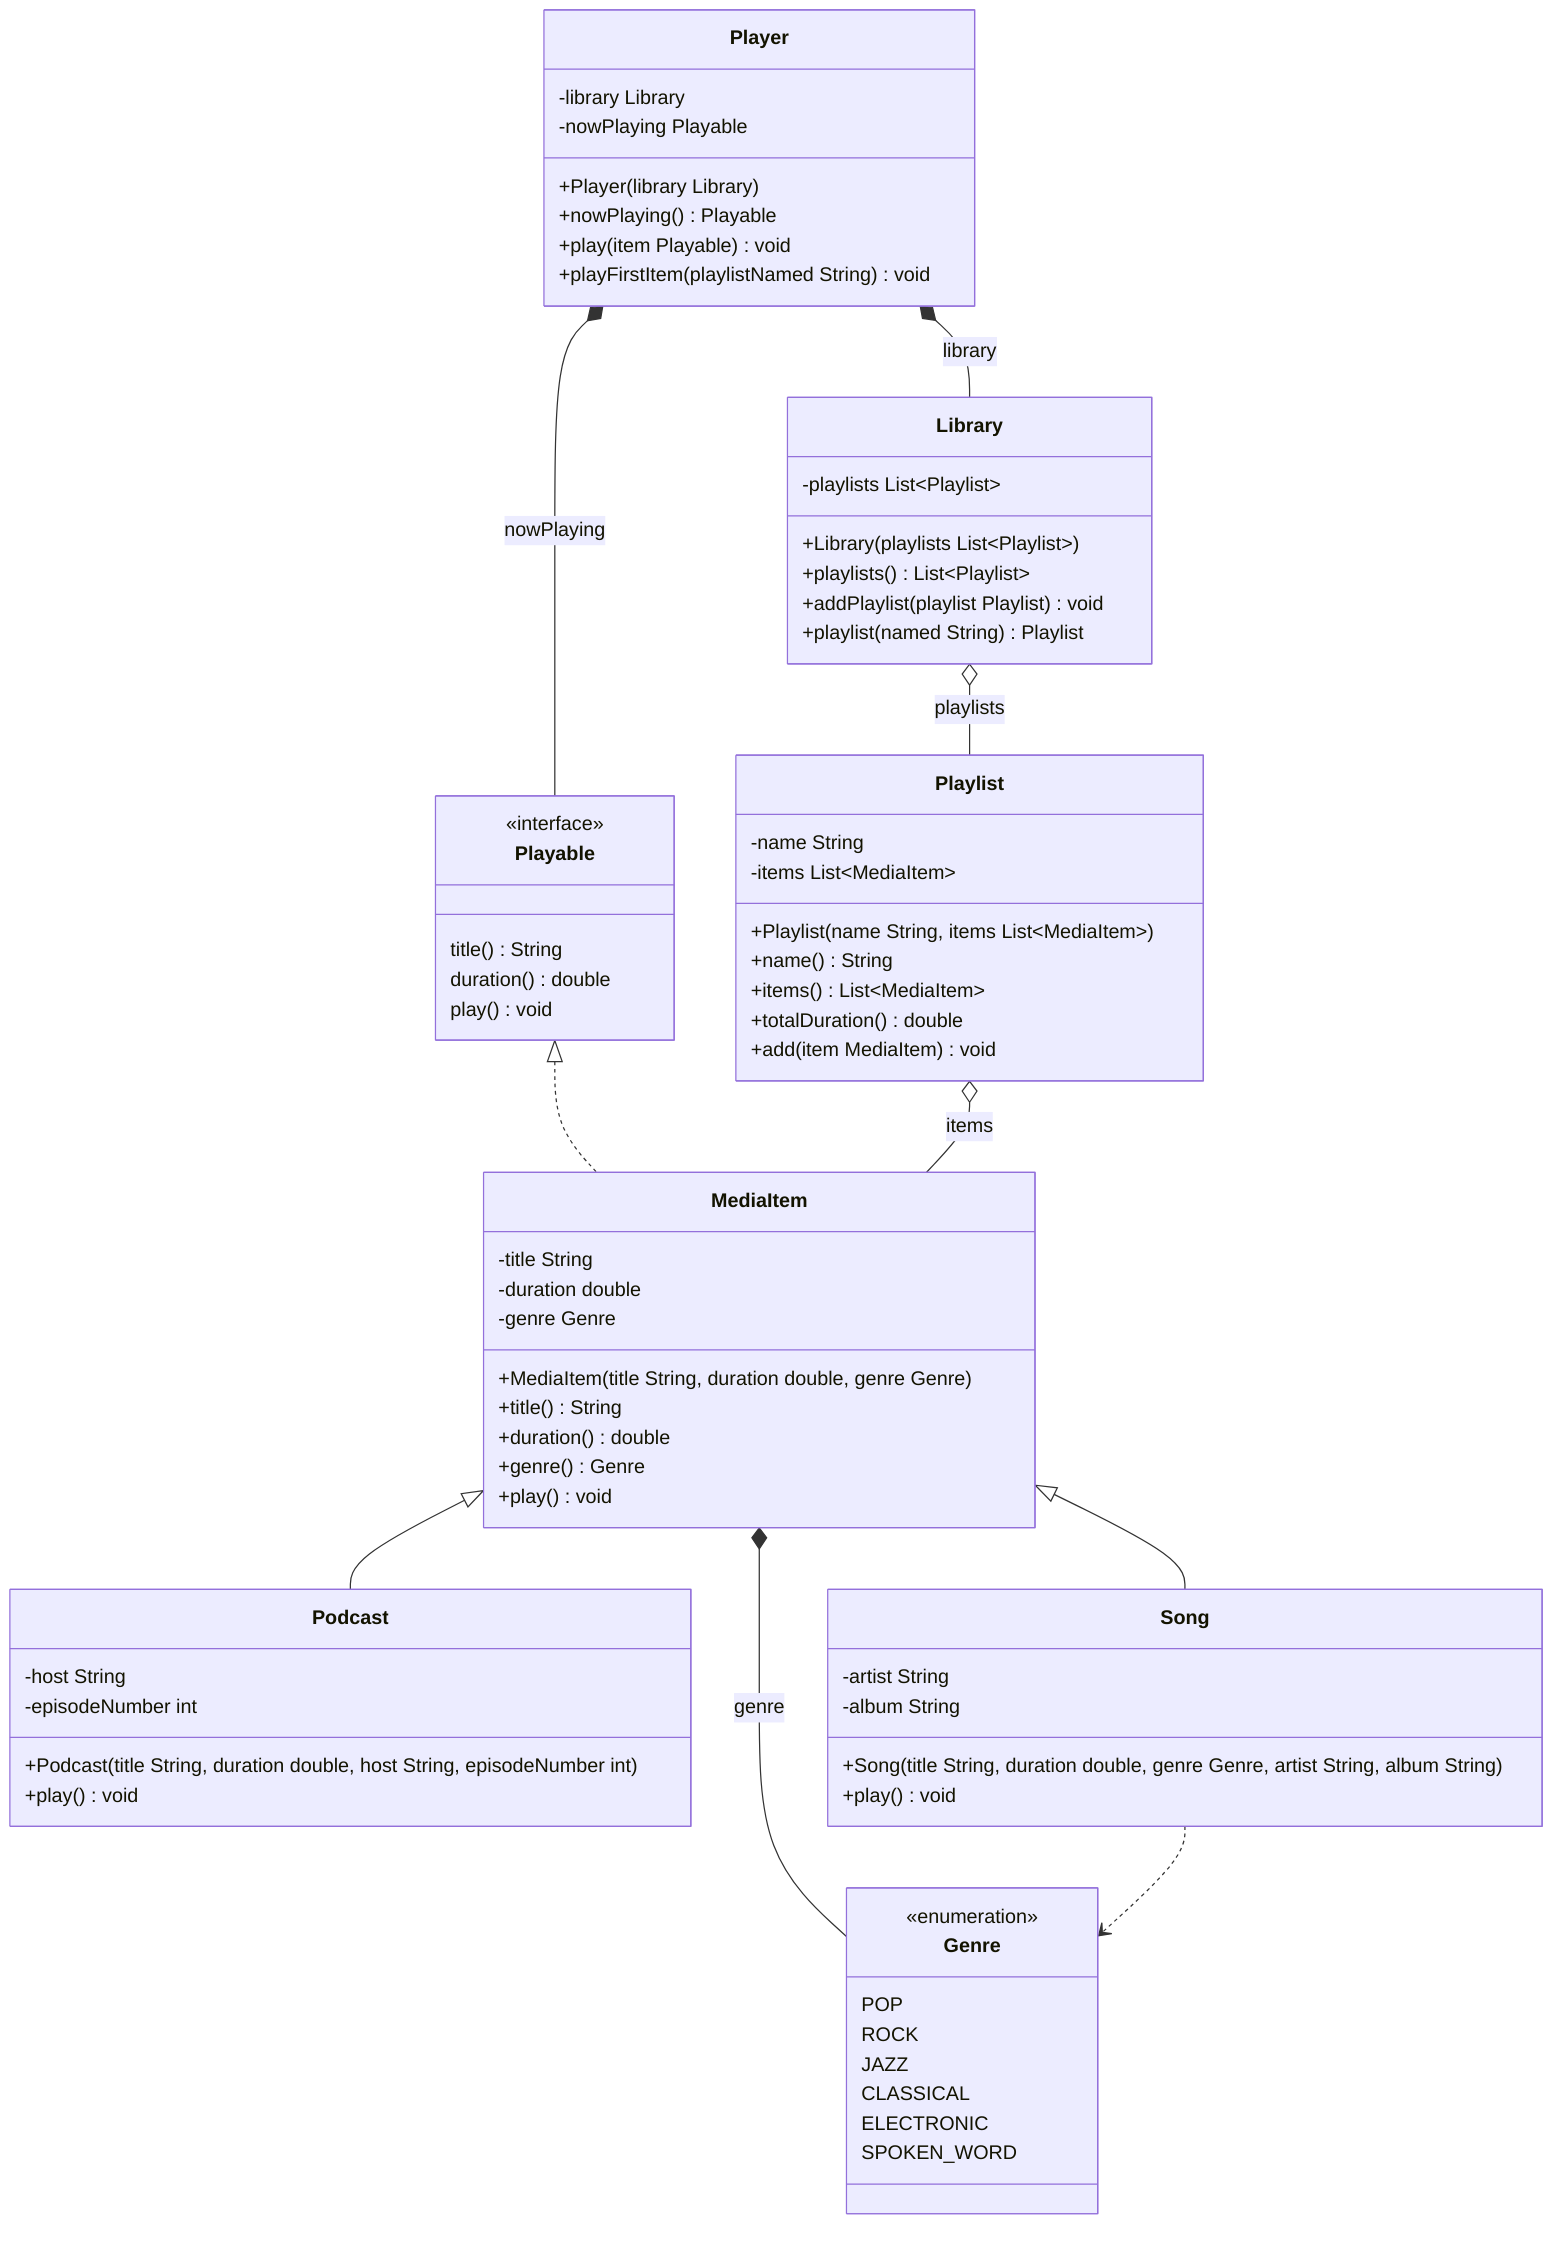
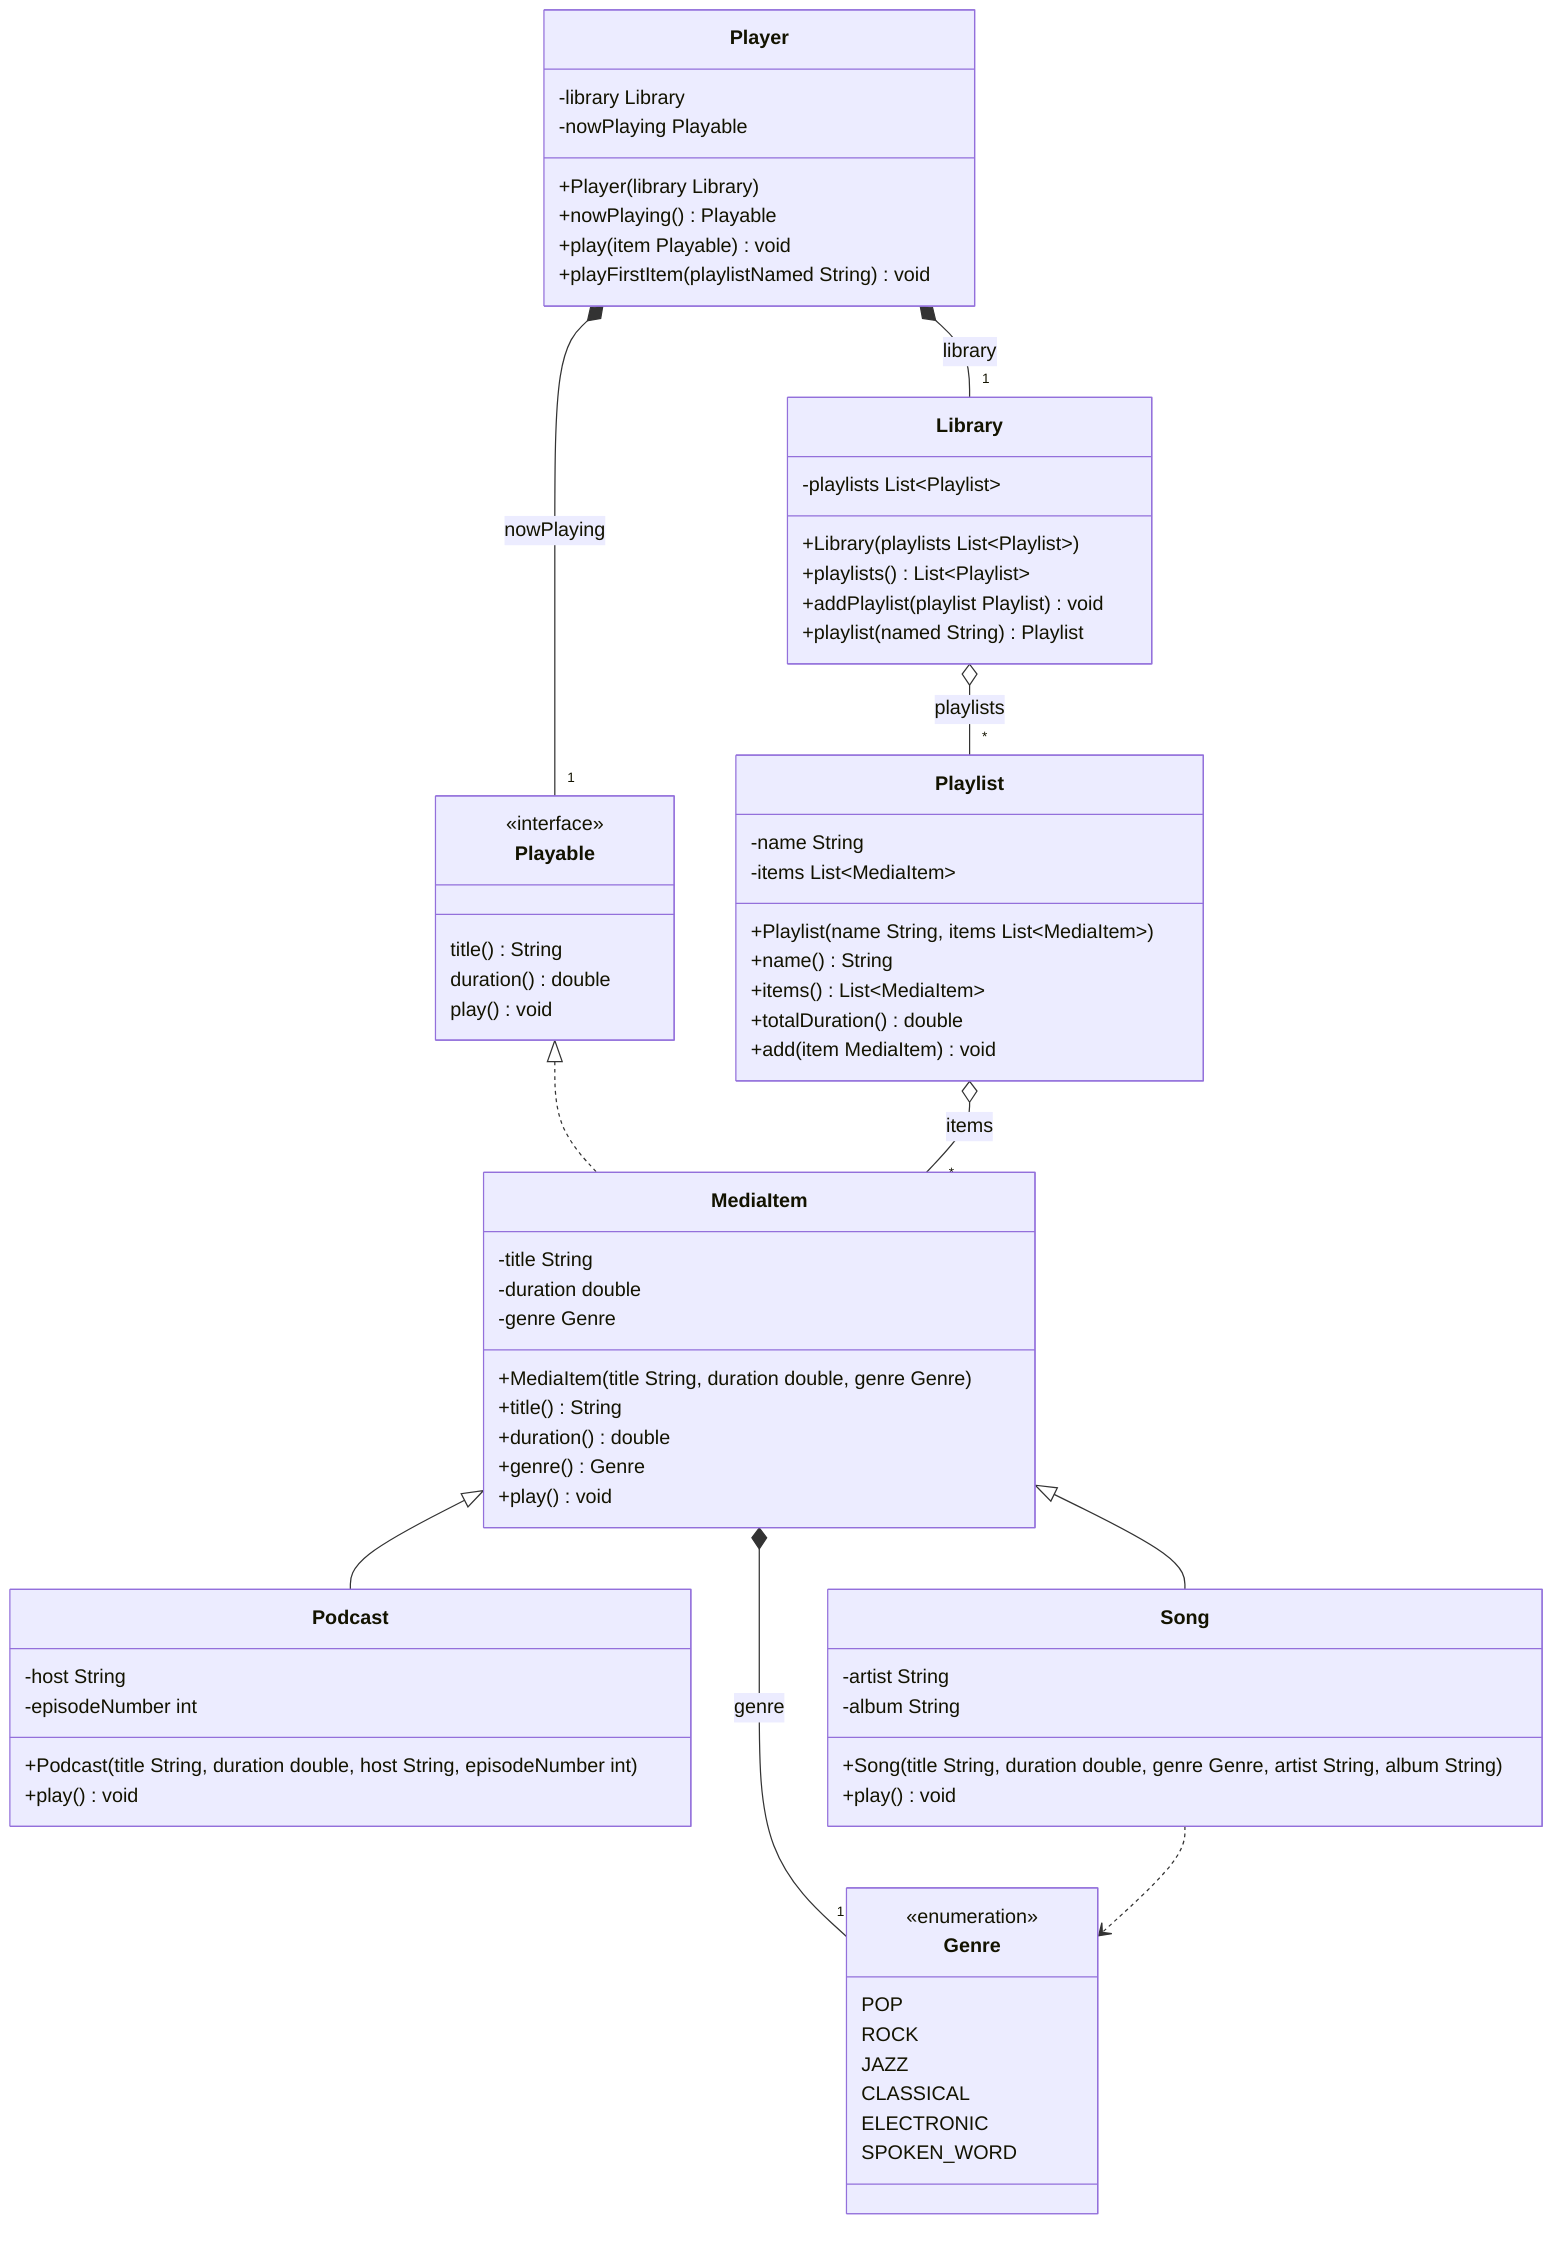
classDiagram
    class medialibrary_Genre["Genre"] {
        <<enumeration>>
        POP
        ROCK
        JAZZ
        CLASSICAL
        ELECTRONIC
        SPOKEN_WORD
    }
    class medialibrary_Library["Library"] {
        -playlists List~Playlist~
        +Library(playlists List~Playlist~)
        +playlists() List~Playlist~
        +addPlaylist(playlist Playlist) void
        +playlist(named String) Playlist
    }
    class medialibrary_MediaItem["MediaItem"] {
        -title String
        -duration double
        -genre Genre
        +MediaItem(title String, duration double, genre Genre)
        +title() String
        +duration() double
        +genre() Genre
        +play() void
    }
    class medialibrary_Playable["Playable"] {
        <<interface>>
        title() String
        duration() double
        play() void
    }
    class medialibrary_Player["Player"] {
        -library Library
        -nowPlaying Playable
        +Player(library Library)
        +nowPlaying() Playable
        +play(item Playable) void
        +playFirstItem(playlistNamed String) void
    }
    class medialibrary_Playlist["Playlist"] {
        -name String
        -items List~MediaItem~
        +Playlist(name String, items List~MediaItem~)
        +name() String
        +items() List~MediaItem~
        +totalDuration() double
        +add(item MediaItem) void
    }
    class medialibrary_Podcast["Podcast"] {
        -host String
        -episodeNumber int
        +Podcast(title String, duration double, host String, episodeNumber int)
        +play() void
    }
    class medialibrary_Song["Song"] {
        -artist String
        -album String
        +Song(title String, duration double, genre Genre, artist String, album String)
        +play() void
    }
    medialibrary_Playable <|.. medialibrary_MediaItem
    medialibrary_MediaItem <|-- medialibrary_Podcast
    medialibrary_MediaItem <|-- medialibrary_Song
-     medialibrary_Library o-- medialibrary_Playlist : playlists
-     medialibrary_MediaItem *-- medialibrary_Genre : genre
-     medialibrary_Player *-- medialibrary_Library : library
-     medialibrary_Player *-- medialibrary_Playable : nowPlaying
-     medialibrary_Playlist o-- medialibrary_MediaItem : items
+     medialibrary_Library o-- "*" medialibrary_Playlist : playlists
+     medialibrary_MediaItem *-- "1" medialibrary_Genre : genre
+     medialibrary_Player *-- "1" medialibrary_Library : library
+     medialibrary_Player *-- "1" medialibrary_Playable : nowPlaying
+     medialibrary_Playlist o-- "*" medialibrary_MediaItem : items
    medialibrary_Song ..> medialibrary_Genre
